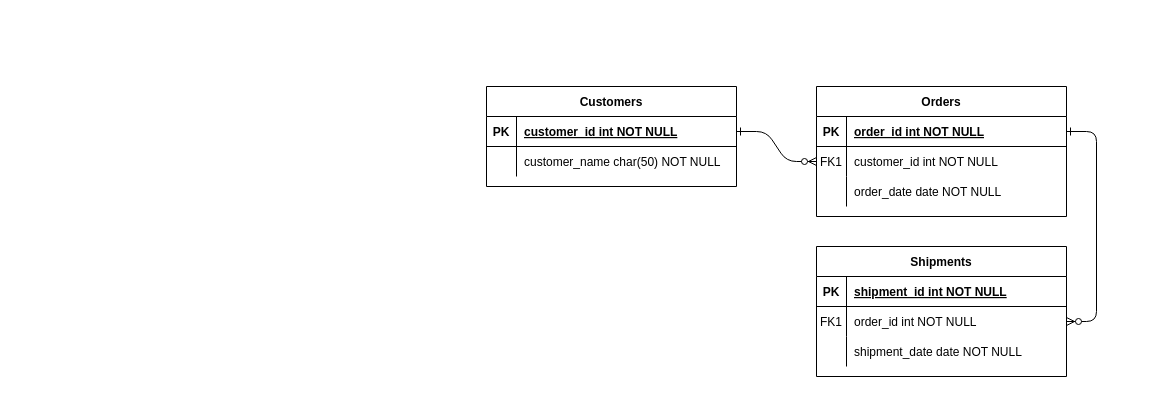
The draw.io diagram Untitled Diagram.drawio in Razha90/calculator, before the edit. Source tidied: cells renumbered, new cells numbered last; positions are measured from the earlier drawing's top-left corner, leaving out a move shared by most shapes. Both pictures are drawn from the tidied source at 100%, with x=0, y=0 at pixel (486, 86).
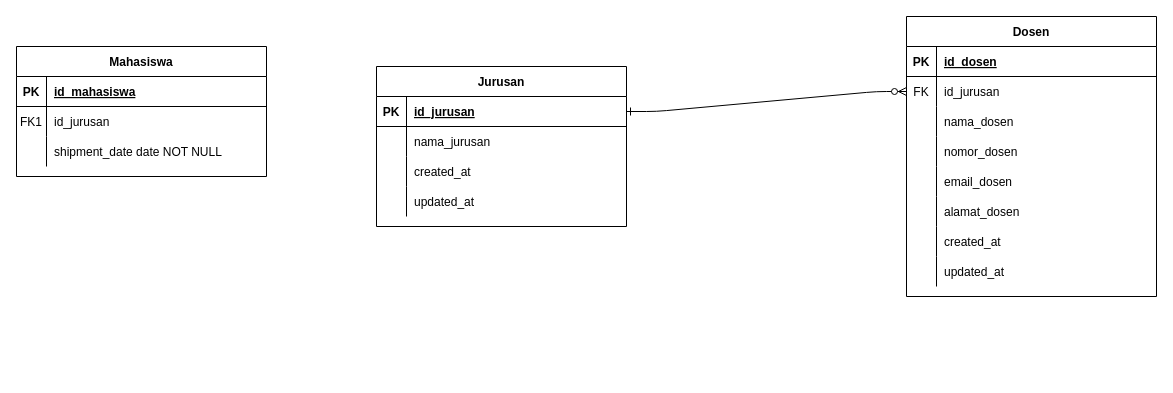
The same page after the edit.

Unchanged cells that the change refers to:
```xml
<mxCell id="5" style="shape=partialRectangle;fillColor=none;points=[[0,0.5],[1,0.5]];portConstraint=eastwest;top=0;left=0;right=0;bottom=1;" parent="4" vertex="1">
  <mxGeometry y="30" width="250" height="30" as="geometry" />
</mxCell>
<mxCell id="8" style="shape=partialRectangle;fillColor=none;points=[[0,0.5],[1,0.5]];portConstraint=eastwest;top=0;left=0;right=0;bottom=0;" parent="4" vertex="1">
  <mxGeometry y="60" width="250" height="30" as="geometry" />
</mxCell>
<mxCell id="11" style="shape=partialRectangle;fillColor=none;top=0;left=0;right=0;bottom=0;" parent="4" vertex="1">
  <mxGeometry y="90" width="250" height="30" as="geometry" />
</mxCell>
<mxCell id="15" style="shape=partialRectangle;fillColor=none;top=0;left=0;right=0;bottom=1;" parent="14" vertex="1">
  <mxGeometry y="30" width="250" height="30" as="geometry" />
</mxCell>
<mxCell id="18" style="shape=partialRectangle;fillColor=none;points=[[0,0.5],[1,0.5]];portConstraint=eastwest;top=0;left=0;right=0;bottom=0;" parent="14" vertex="1">
  <mxGeometry y="60" width="250" height="30" as="geometry" />
</mxCell>
<mxCell id="25" style="shape=partialRectangle;fillColor=none;points=[[0,0.5],[1,0.5]];portConstraint=eastwest;top=0;left=0;right=0;bottom=1;" parent="24" vertex="1">
  <mxGeometry y="30" width="250" height="30" as="geometry" />
</mxCell>
<mxCell id="28" style="shape=partialRectangle;fillColor=none;top=0;left=0;right=0;bottom=0;" parent="24" vertex="1">
  <mxGeometry y="60" width="250" height="30" as="geometry" />
</mxCell>
```

The edit, as a diff of the source:
```diff
@@
-    <mxCell id="3" style="edgeStyle=entityRelationEdgeStyle;endArrow=ERzeroToMany;startArrow=ERone;endFill=1;startFill=0;" parent="1" edge="1" source="5" target="18">
-      <mxGeometry relative="1" as="geometry" />
-    </mxCell>
-    <mxCell id="4" value="Orders" style="shape=table;startSize=30;childLayout=tableLayout;rowLines=0;fontStyle=1;align=center;" parent="1" vertex="1">
-      <mxGeometry x="330" width="250" height="130" as="geometry" />
+    <mxCell id="4" value="Dosen" style="shape=table;startSize=30;childLayout=tableLayout;rowLines=0;fontStyle=1;align=center;" parent="1" vertex="1">
+      <mxGeometry x="420" y="-70" width="250" height="280" as="geometry" />
     </mxCell>
@@
-    <mxCell id="7" value="order_id int NOT NULL " style="shape=partialRectangle;overflow=hidden;fillColor=none;top=0;left=0;bottom=0;right=0;align=left;spacingLeft=6;fontStyle=5;" parent="5" vertex="1">
+    <mxCell id="7" value="id_dosen" style="shape=partialRectangle;overflow=hidden;fillColor=none;top=0;left=0;bottom=0;right=0;align=left;spacingLeft=6;fontStyle=5;" parent="5" vertex="1">
       <mxGeometry x="30" width="220" height="30" as="geometry" />
     </mxCell>
@@
-    <mxCell id="9" value="FK1" style="shape=partialRectangle;overflow=hidden;fillColor=none;top=0;left=0;bottom=0;right=0;" parent="8" vertex="1">
+    <mxCell id="9" value="FK" style="shape=partialRectangle;overflow=hidden;fillColor=none;top=0;left=0;bottom=0;right=0;" parent="8" vertex="1">
       <mxGeometry width="30" height="30" as="geometry" />
     </mxCell>
-    <mxCell id="10" value="customer_id int NOT NULL" style="shape=partialRectangle;overflow=hidden;fillColor=none;top=0;left=0;bottom=0;right=0;align=left;spacingLeft=6;" parent="8" vertex="1">
+    <mxCell id="10" value="id_jurusan" style="shape=partialRectangle;overflow=hidden;fillColor=none;top=0;left=0;bottom=0;right=0;align=left;spacingLeft=6;" parent="8" vertex="1">
       <mxGeometry x="30" width="220" height="30" as="geometry" />
     </mxCell>
@@
-    <mxCell id="13" value="order_date date NOT NULL" style="shape=partialRectangle;overflow=hidden;fillColor=none;top=0;left=0;bottom=0;right=0;align=left;spacingLeft=6;" parent="11" vertex="1">
+    <mxCell id="13" value="nama_dosen" style="shape=partialRectangle;overflow=hidden;fillColor=none;top=0;left=0;bottom=0;right=0;align=left;spacingLeft=6;" parent="11" vertex="1">
       <mxGeometry x="30" width="220" height="30" as="geometry" />
     </mxCell>
+    <mxCell id="31" style="shape=partialRectangle;fillColor=none;top=0;left=0;right=0;bottom=0;" parent="4" vertex="1">
+      <mxGeometry y="120" width="250" height="30" as="geometry" />
+    </mxCell>
+    <mxCell id="32" style="shape=partialRectangle;overflow=hidden;fillColor=none;top=0;left=0;bottom=0;right=0;" parent="31" vertex="1">
+      <mxGeometry width="30" height="30" as="geometry" />
+    </mxCell>
+    <mxCell id="33" value="nomor_dosen" style="shape=partialRectangle;overflow=hidden;fillColor=none;top=0;left=0;bottom=0;right=0;align=left;spacingLeft=6;" parent="31" vertex="1">
+      <mxGeometry x="30" width="220" height="30" as="geometry" />
+    </mxCell>
+    <mxCell id="34" style="shape=partialRectangle;fillColor=none;top=0;left=0;right=0;bottom=0;" parent="4" vertex="1">
+      <mxGeometry y="150" width="250" height="30" as="geometry" />
+    </mxCell>
+    <mxCell id="35" style="shape=partialRectangle;overflow=hidden;fillColor=none;top=0;left=0;bottom=0;right=0;" parent="34" vertex="1">
+      <mxGeometry width="30" height="30" as="geometry" />
+    </mxCell>
+    <mxCell id="36" value="email_dosen" style="shape=partialRectangle;overflow=hidden;fillColor=none;top=0;left=0;bottom=0;right=0;align=left;spacingLeft=6;" parent="34" vertex="1">
+      <mxGeometry x="30" width="220" height="30" as="geometry" />
+    </mxCell>
+    <mxCell id="37" style="shape=partialRectangle;fillColor=none;top=0;left=0;right=0;bottom=0;" parent="4" vertex="1">
+      <mxGeometry y="180" width="250" height="30" as="geometry" />
+    </mxCell>
+    <mxCell id="38" style="shape=partialRectangle;overflow=hidden;fillColor=none;top=0;left=0;bottom=0;right=0;" parent="37" vertex="1">
+      <mxGeometry width="30" height="30" as="geometry" />
+    </mxCell>
+    <mxCell id="39" value="alamat_dosen" style="shape=partialRectangle;overflow=hidden;fillColor=none;top=0;left=0;bottom=0;right=0;align=left;spacingLeft=6;" parent="37" vertex="1">
+      <mxGeometry x="30" width="220" height="30" as="geometry" />
+    </mxCell>
+    <mxCell id="40" style="shape=partialRectangle;fillColor=none;top=0;left=0;right=0;bottom=0;" parent="4" vertex="1">
+      <mxGeometry y="210" width="250" height="30" as="geometry" />
+    </mxCell>
+    <mxCell id="41" style="shape=partialRectangle;overflow=hidden;fillColor=none;top=0;left=0;bottom=0;right=0;" parent="40" vertex="1">
+      <mxGeometry width="30" height="30" as="geometry" />
+    </mxCell>
+    <mxCell id="42" value="created_at" style="shape=partialRectangle;overflow=hidden;fillColor=none;top=0;left=0;bottom=0;right=0;align=left;spacingLeft=6;" parent="40" vertex="1">
+      <mxGeometry x="30" width="220" height="30" as="geometry" />
+    </mxCell>
+    <mxCell id="43" style="shape=partialRectangle;fillColor=none;top=0;left=0;right=0;bottom=0;" parent="4" vertex="1">
+      <mxGeometry y="240" width="250" height="30" as="geometry" />
+    </mxCell>
+    <mxCell id="44" style="shape=partialRectangle;overflow=hidden;fillColor=none;top=0;left=0;bottom=0;right=0;" parent="43" vertex="1">
+      <mxGeometry width="30" height="30" as="geometry" />
+    </mxCell>
+    <mxCell id="45" value="updated_at" style="shape=partialRectangle;overflow=hidden;fillColor=none;top=0;left=0;bottom=0;right=0;align=left;spacingLeft=6;" parent="43" vertex="1">
+      <mxGeometry x="30" width="220" height="30" as="geometry" />
+    </mxCell>
-    <mxCell id="14" value="Shipments" style="shape=table;startSize=30;childLayout=tableLayout;rowLines=0;fontStyle=1;align=center;" parent="1" vertex="1">
-      <mxGeometry x="330" y="160" width="250" height="130" as="geometry" />
+    <mxCell id="14" value="Mahasiswa" style="shape=table;startSize=30;childLayout=tableLayout;rowLines=0;fontStyle=1;align=center;" parent="1" vertex="1">
+      <mxGeometry x="-470" y="-40" width="250" height="130" as="geometry" />
     </mxCell>
@@
-    <mxCell id="17" value="shipment_id int NOT NULL " style="shape=partialRectangle;overflow=hidden;fillColor=none;top=0;left=0;bottom=0;right=0;align=left;spacingLeft=6;fontStyle=5;" parent="15" vertex="1">
+    <mxCell id="17" value="id_mahasiswa" style="shape=partialRectangle;overflow=hidden;fillColor=none;top=0;left=0;bottom=0;right=0;align=left;spacingLeft=6;fontStyle=5;" parent="15" vertex="1">
       <mxGeometry x="30" width="220" height="30" as="geometry" />
     </mxCell>
@@
-    <mxCell id="20" value="order_id int NOT NULL" style="shape=partialRectangle;overflow=hidden;fillColor=none;top=0;left=0;bottom=0;right=0;align=left;spacingLeft=6;" parent="18" vertex="1">
+    <mxCell id="20" value="id_jurusan" style="shape=partialRectangle;overflow=hidden;fillColor=none;top=0;left=0;bottom=0;right=0;align=left;spacingLeft=6;" parent="18" vertex="1">
       <mxGeometry x="30" width="220" height="30" as="geometry" />
     </mxCell>
@@
-    <mxCell id="24" value="Customers" style="shape=table;startSize=30;childLayout=tableLayout;rowLines=0;fontStyle=1;align=center;" parent="1" vertex="1">
-      <mxGeometry width="250" height="100" as="geometry" />
+    <mxCell id="24" value="Jurusan" style="shape=table;startSize=30;childLayout=tableLayout;rowLines=0;fontStyle=1;align=center;" parent="1" vertex="1">
+      <mxGeometry x="-110" y="-20" width="250" height="160" as="geometry" />
     </mxCell>
@@
-    <mxCell id="27" value="customer_id int NOT NULL " style="shape=partialRectangle;overflow=hidden;fillColor=none;top=0;left=0;bottom=0;right=0;align=left;spacingLeft=6;fontStyle=5;" parent="25" vertex="1">
+    <mxCell id="27" value="id_jurusan" style="shape=partialRectangle;overflow=hidden;fillColor=none;top=0;left=0;bottom=0;right=0;align=left;spacingLeft=6;fontStyle=5;" parent="25" vertex="1">
       <mxGeometry x="30" width="220" height="30" as="geometry" />
     </mxCell>
@@
-    <mxCell id="30" value="customer_name char(50) NOT NULL" style="shape=partialRectangle;overflow=hidden;fillColor=none;top=0;left=0;bottom=0;right=0;align=left;spacingLeft=6;" parent="28" vertex="1">
+    <mxCell id="30" value="nama_jurusan" style="shape=partialRectangle;overflow=hidden;fillColor=none;top=0;left=0;bottom=0;right=0;align=left;spacingLeft=6;" parent="28" vertex="1">
       <mxGeometry x="30" width="220" height="30" as="geometry" />
     </mxCell>
+    <mxCell id="46" style="shape=partialRectangle;fillColor=none;top=0;left=0;right=0;bottom=0;" parent="24" vertex="1">
+      <mxGeometry y="90" width="250" height="30" as="geometry" />
+    </mxCell>
+    <mxCell id="47" style="shape=partialRectangle;overflow=hidden;fillColor=none;top=0;left=0;bottom=0;right=0;" parent="46" vertex="1">
+      <mxGeometry width="30" height="30" as="geometry" />
+    </mxCell>
+    <mxCell id="48" value="created_at" style="shape=partialRectangle;overflow=hidden;fillColor=none;top=0;left=0;bottom=0;right=0;align=left;spacingLeft=6;" parent="46" vertex="1">
+      <mxGeometry x="30" width="220" height="30" as="geometry" />
+    </mxCell>
+    <mxCell id="49" style="shape=partialRectangle;fillColor=none;top=0;left=0;right=0;bottom=0;" parent="24" vertex="1">
+      <mxGeometry y="120" width="250" height="30" as="geometry" />
+    </mxCell>
+    <mxCell id="50" style="shape=partialRectangle;overflow=hidden;fillColor=none;top=0;left=0;bottom=0;right=0;" parent="49" vertex="1">
+      <mxGeometry width="30" height="30" as="geometry" />
+    </mxCell>
+    <mxCell id="51" value="updated_at" style="shape=partialRectangle;overflow=hidden;fillColor=none;top=0;left=0;bottom=0;right=0;align=left;spacingLeft=6;" parent="49" vertex="1">
+      <mxGeometry x="30" width="220" height="30" as="geometry" />
+    </mxCell>
```
